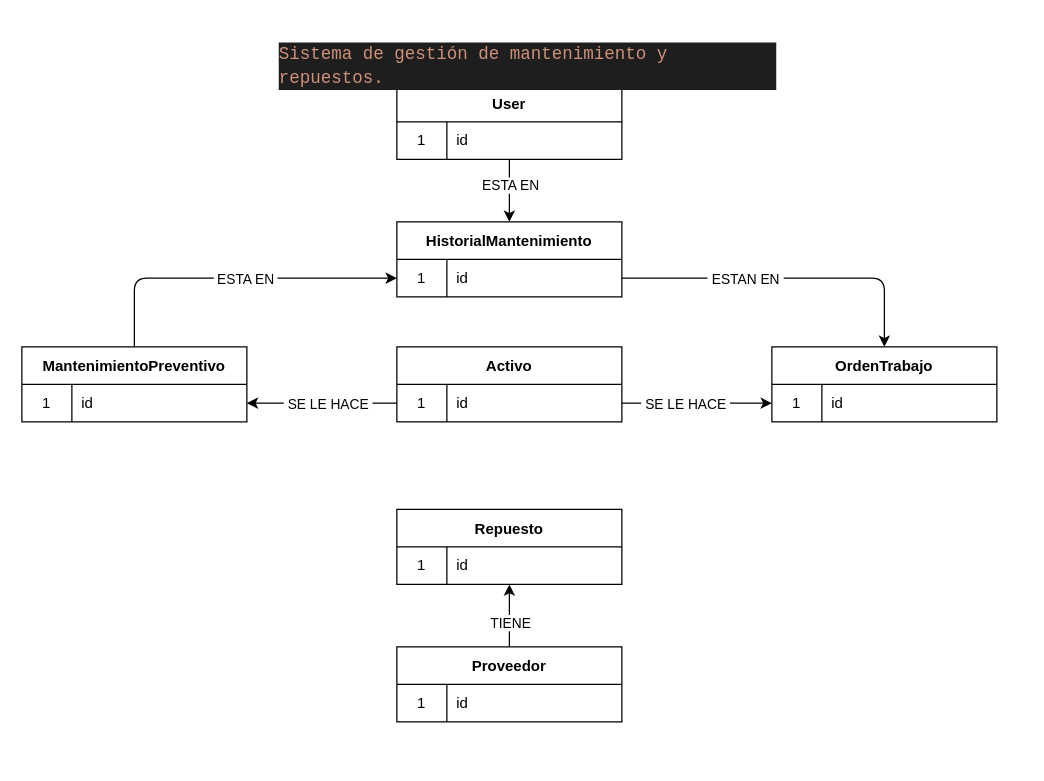
The draw.io diagram DER.drawio in nestormarlier/sistema_mantenimiento_repuestos, before the edit. Source tidied: cells renumbered, new cells numbered last; positions are measured from the earlier drawing's top-left corner, leaving out a move shared by most shapes. Both pictures are drawn from the tidied source at 125%, with x=0, y=0 at pixel (21, 34).
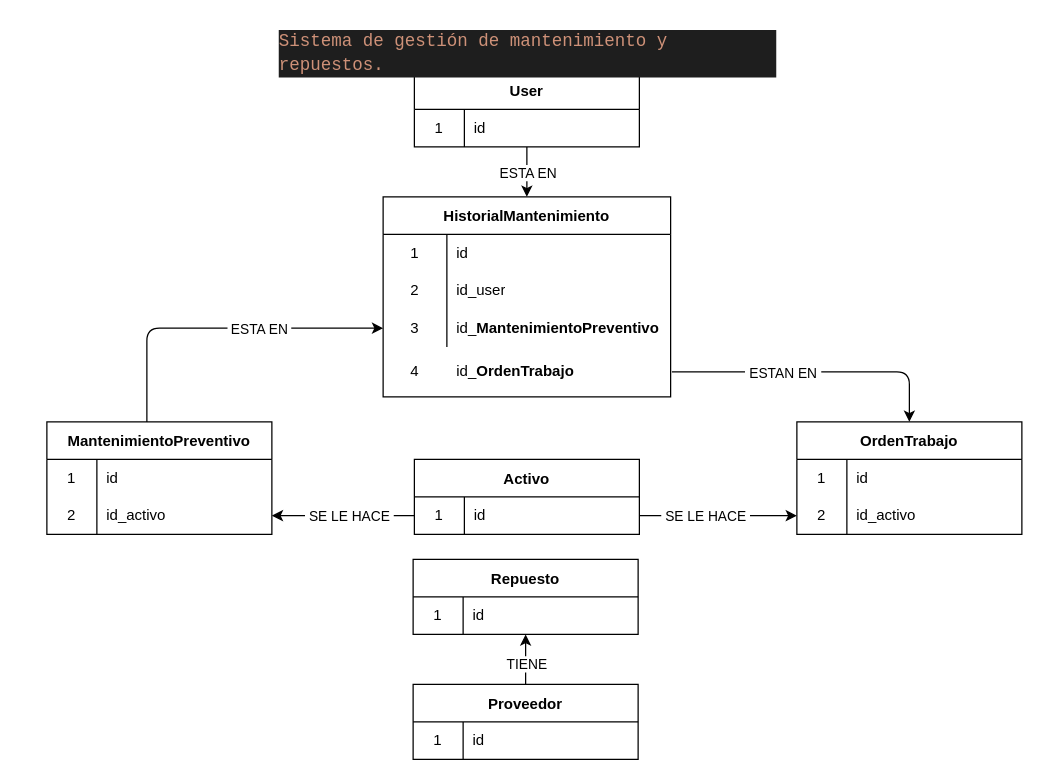
The same diagram, later.

Commit message (it also covers changes not shown here):
DER actualizado

Unchanged cells that the change refers to:
```xml
<mxCell id="2" style="edgeStyle=none;html=1;entryX=0.5;entryY=0;entryDx=0;entryDy=0;" parent="1" edge="1" source="4" target="31">
  <mxGeometry relative="1" as="geometry" />
</mxCell>
<mxCell id="10" style="shape=tableRow;horizontal=0;startSize=0;swimlaneHead=0;swimlaneBody=0;top=0;left=0;bottom=0;right=0;fillColor=none;points=[[0,0.5],[1,0.5]];portConstraint=eastwest;" parent="9" vertex="1">
  <mxGeometry y="30" width="180" height="30" as="geometry" />
</mxCell>
```

The edit, as a diff of the source:
```diff
@@
     <mxCell id="3" value="ESTA EN" style="edgeLabel;html=1;align=center;verticalAlign=middle;" parent="2" vertex="1">
       <mxGeometry x="0.44" y="1" relative="1" as="geometry">
-        <mxPoint x="-1" y="-16" as="offset" />
+        <mxPoint x="-1" y="-9" as="offset" />
       </mxGeometry>
     </mxCell>
     <mxCell id="4" value="User" style="shape=table;startSize=30;childLayout=tableLayout;rowLines=0;fontStyle=1;" parent="1" vertex="1">
-      <mxGeometry x="300" y="40" width="180" height="60" as="geometry" />
+      <mxGeometry x="314" y="30" width="180" height="60" as="geometry" />
     </mxCell>
@@
     <mxCell id="8" value="&lt;div style=&quot;color: rgb(212, 212, 212); background-color: rgb(30, 30, 30); font-family: Consolas, &amp;quot;Courier New&amp;quot;, monospace; font-weight: normal; font-size: 14px; line-height: 19px;&quot;&gt;&lt;div&gt;&lt;span style=&quot;color: #ce9178;&quot;&gt;Sistema de gestión de mantenimiento y repuestos.&lt;/span&gt;&lt;/div&gt;&lt;/div&gt;" style="text;whiteSpace=wrap;html=1;" parent="1" vertex="1">
-      <mxGeometry x="204" width="400" height="40" as="geometry" />
+      <mxGeometry x="204" y="-10" width="400" height="40" as="geometry" />
     </mxCell>
     <mxCell id="9" value="Activo" style="shape=table;startSize=30;childLayout=tableLayout;rowLines=0;fontStyle=1;" parent="1" vertex="1">
-      <mxGeometry x="300" y="250" width="180" height="60" as="geometry" />
+      <mxGeometry x="314" y="340" width="180" height="60" as="geometry" />
     </mxCell>
@@
     <mxCell id="13" style="edgeStyle=none;html=1;" parent="1" edge="1" source="15">
       <mxGeometry relative="1" as="geometry">
-        <mxPoint x="390" y="440" as="targetPoint" />
+        <mxPoint x="403" y="480" as="targetPoint" />
       </mxGeometry>
     </mxCell>
@@
     <mxCell id="15" value="Proveedor" style="shape=table;startSize=30;childLayout=tableLayout;rowLines=0;fontStyle=1;" parent="1" vertex="1">
-      <mxGeometry x="300" y="490" width="180" height="60" as="geometry" />
+      <mxGeometry x="313" y="520" width="180" height="60" as="geometry" />
     </mxCell>
@@
-    <mxCell id="19" value="OrdenTrabajo" style="shape=table;startSize=30;childLayout=tableLayout;rowLines=0;fontStyle=1;" parent="1" vertex="1">
-      <mxGeometry x="600" y="250" width="180" height="60" as="geometry" />
-    </mxCell>
-    <mxCell id="20" style="shape=tableRow;horizontal=0;startSize=0;swimlaneHead=0;swimlaneBody=0;top=0;left=0;bottom=0;right=0;fillColor=none;points=[[0,0.5],[1,0.5]];portConstraint=eastwest;" parent="19" vertex="1">
-      <mxGeometry y="30" width="180" height="30" as="geometry" />
-    </mxCell>
-    <mxCell id="21" value="1" style="shape=partialRectangle;html=1;whiteSpace=wrap;fillColor=none;top=0;left=0;bottom=0;right=0;overflow=hidden;" parent="20" vertex="1">
-      <mxGeometry width="40" height="30" as="geometry" />
-    </mxCell>
-    <mxCell id="22" value="id" style="shape=partialRectangle;html=1;whiteSpace=wrap;fillColor=none;top=0;left=0;bottom=0;right=0;align=left;spacingLeft=6;overflow=hidden;" parent="20" vertex="1">
-      <mxGeometry x="40" width="140" height="30" as="geometry" />
-    </mxCell>
-    <mxCell id="23" style="edgeStyle=none;html=1;entryX=0;entryY=0.5;entryDx=0;entryDy=0;" parent="1" edge="1" source="25" target="32">
+    <mxCell id="23" style="edgeStyle=none;html=1;entryX=0;entryY=0.5;entryDx=0;entryDy=0;" parent="1" edge="1" target="49">
       <mxGeometry relative="1" as="geometry">
+        <mxPoint x="100" y="310" as="sourcePoint" />
         <Array as="points">
-          <mxPoint x="90" y="195" />
+          <mxPoint x="100" y="235" />
         </Array>
       </mxGeometry>
     </mxCell>
     <mxCell id="24" value="&amp;nbsp;ESTA EN&amp;nbsp;" style="edgeLabel;html=1;align=center;verticalAlign=middle;" parent="23" vertex="1">
       <mxGeometry x="-0.21" y="-1" relative="1" as="geometry">
-        <mxPoint x="38" y="-1" as="offset" />
+        <mxPoint x="60" y="-1" as="offset" />
       </mxGeometry>
     </mxCell>
-    <mxCell id="25" value="MantenimientoPreventivo" style="shape=table;startSize=30;childLayout=tableLayout;rowLines=0;fontStyle=1;" parent="1" vertex="1">
-      <mxGeometry y="250" width="180" height="60" as="geometry" />
-    </mxCell>
-    <mxCell id="26" style="shape=tableRow;horizontal=0;startSize=0;swimlaneHead=0;swimlaneBody=0;top=0;left=0;bottom=0;right=0;fillColor=none;points=[[0,0.5],[1,0.5]];portConstraint=eastwest;" parent="25" vertex="1">
-      <mxGeometry y="30" width="180" height="30" as="geometry" />
-    </mxCell>
-    <mxCell id="27" value="1" style="shape=partialRectangle;html=1;whiteSpace=wrap;fillColor=none;top=0;left=0;bottom=0;right=0;overflow=hidden;" parent="26" vertex="1">
-      <mxGeometry width="40" height="30" as="geometry" />
-    </mxCell>
-    <mxCell id="28" value="id" style="shape=partialRectangle;html=1;whiteSpace=wrap;fillColor=none;top=0;left=0;bottom=0;right=0;align=left;spacingLeft=6;overflow=hidden;" parent="26" vertex="1">
-      <mxGeometry x="40" width="140" height="30" as="geometry" />
-    </mxCell>
-    <mxCell id="29" style="edgeStyle=none;html=1;exitX=1;exitY=0.5;exitDx=0;exitDy=0;entryX=0.5;entryY=0;entryDx=0;entryDy=0;" parent="1" edge="1" source="32" target="19">
+    <mxCell id="29" style="edgeStyle=none;html=1;entryX=0.5;entryY=0;entryDx=0;entryDy=0;" parent="1" edge="1" target="19">
       <mxGeometry relative="1" as="geometry">
+        <mxPoint x="520" y="270" as="sourcePoint" />
         <Array as="points">
-          <mxPoint x="690" y="195" />
+          <mxPoint x="710" y="270" />
         </Array>
       </mxGeometry>
     </mxCell>
@@
-    <mxCell id="31" value="HistorialMantenimiento" style="shape=table;startSize=30;childLayout=tableLayout;rowLines=0;fontStyle=1;" parent="1" vertex="1">
-      <mxGeometry x="300" y="150" width="180" height="60" as="geometry" />
-    </mxCell>
-    <mxCell id="32" style="shape=tableRow;horizontal=0;startSize=0;swimlaneHead=0;swimlaneBody=0;top=0;left=0;bottom=0;right=0;fillColor=none;points=[[0,0.5],[1,0.5]];portConstraint=eastwest;" parent="31" vertex="1">
-      <mxGeometry y="30" width="180" height="30" as="geometry" />
-    </mxCell>
-    <mxCell id="33" value="1" style="shape=partialRectangle;html=1;whiteSpace=wrap;fillColor=none;top=0;left=0;bottom=0;right=0;overflow=hidden;" parent="32" vertex="1">
-      <mxGeometry width="40" height="30" as="geometry" />
-    </mxCell>
-    <mxCell id="34" value="id" style="shape=partialRectangle;html=1;whiteSpace=wrap;fillColor=none;top=0;left=0;bottom=0;right=0;align=left;spacingLeft=6;overflow=hidden;" parent="32" vertex="1">
-      <mxGeometry x="40" width="140" height="30" as="geometry" />
-    </mxCell>
     <mxCell id="35" value="Repuesto" style="shape=table;startSize=30;childLayout=tableLayout;rowLines=0;fontStyle=1;" parent="1" vertex="1">
-      <mxGeometry x="300" y="380" width="180" height="60" as="geometry" />
+      <mxGeometry x="313" y="420" width="180" height="60" as="geometry" />
     </mxCell>
@@
-    <mxCell id="39" style="edgeStyle=none;html=1;entryX=1;entryY=0.5;entryDx=0;entryDy=0;" parent="1" edge="1" source="10" target="26">
+    <mxCell id="39" style="edgeStyle=none;html=1;entryX=1;entryY=0.5;entryDx=0;entryDy=0;" parent="1" edge="1" source="10" target="57">
       <mxGeometry relative="1" as="geometry" />
     </mxCell>
@@
-    <mxCell id="41" style="edgeStyle=none;html=1;entryX=0;entryY=0.5;entryDx=0;entryDy=0;" parent="1" edge="1" source="10" target="20">
+    <mxCell id="41" style="edgeStyle=none;html=1;entryX=0;entryY=0.5;entryDx=0;entryDy=0;" parent="1" edge="1" source="10" target="63">
       <mxGeometry relative="1" as="geometry" />
     </mxCell>
@@
+    <mxCell id="31" value="HistorialMantenimiento" style="shape=table;startSize=30;childLayout=tableLayout;rowLines=0;fontStyle=1;" parent="1" vertex="1">
+      <mxGeometry x="289" y="130" width="230" height="160" as="geometry" />
+    </mxCell>
+    <mxCell id="43" style="shape=tableRow;horizontal=0;startSize=0;swimlaneHead=0;swimlaneBody=0;top=0;left=0;bottom=0;right=0;fillColor=none;" parent="31" vertex="1">
+      <mxGeometry y="30" width="230" height="30" as="geometry" />
+    </mxCell>
+    <mxCell id="44" value="1" style="shape=partialRectangle;html=1;whiteSpace=wrap;fillColor=none;top=0;left=0;bottom=0;right=0;overflow=hidden;" parent="43" vertex="1">
+      <mxGeometry width="51" height="30" as="geometry" />
+    </mxCell>
+    <mxCell id="45" value="id" style="shape=partialRectangle;html=1;whiteSpace=wrap;fillColor=none;top=0;left=0;bottom=0;right=0;align=left;spacingLeft=6;overflow=hidden;" parent="43" vertex="1">
+      <mxGeometry x="51" width="179" height="30" as="geometry" />
+    </mxCell>
+    <mxCell id="46" style="shape=tableRow;horizontal=0;startSize=0;swimlaneHead=0;swimlaneBody=0;top=0;left=0;bottom=0;right=0;fillColor=none;" parent="31" vertex="1">
+      <mxGeometry y="60" width="230" height="30" as="geometry" />
+    </mxCell>
+    <mxCell id="47" value="2" style="shape=partialRectangle;html=1;whiteSpace=wrap;fillColor=none;top=0;left=0;bottom=0;right=0;overflow=hidden;" parent="46" vertex="1">
+      <mxGeometry width="51" height="30" as="geometry" />
+    </mxCell>
+    <mxCell id="48" value="id_user" style="shape=partialRectangle;html=1;whiteSpace=wrap;fillColor=none;top=0;left=0;bottom=0;right=0;align=left;spacingLeft=6;overflow=hidden;" parent="46" vertex="1">
+      <mxGeometry x="51" width="179" height="30" as="geometry" />
+    </mxCell>
+    <mxCell id="49" style="shape=tableRow;horizontal=0;startSize=0;swimlaneHead=0;swimlaneBody=0;top=0;left=0;bottom=0;right=0;fillColor=none;points=[[0,0.5],[1,0.5]];portConstraint=eastwest;" parent="31" vertex="1">
+      <mxGeometry y="90" width="230" height="30" as="geometry" />
+    </mxCell>
+    <mxCell id="50" value="3" style="shape=partialRectangle;html=1;whiteSpace=wrap;fillColor=none;top=0;left=0;bottom=0;right=0;overflow=hidden;" parent="49" vertex="1">
+      <mxGeometry width="51" height="30" as="geometry" />
+    </mxCell>
+    <mxCell id="51" value="id_&lt;span style=&quot;font-weight: 700; text-align: center;&quot;&gt;MantenimientoPreventivo&lt;/span&gt;" style="shape=partialRectangle;html=1;whiteSpace=wrap;fillColor=none;top=0;left=0;bottom=0;right=0;align=left;spacingLeft=6;overflow=hidden;" parent="49" vertex="1">
+      <mxGeometry x="51" width="179" height="30" as="geometry" />
+    </mxCell>
+    <mxCell id="52" value="4" style="text;html=1;align=center;verticalAlign=middle;strokeColor=none;fillColor=none;" parent="1" vertex="1">
+      <mxGeometry x="299" y="255" width="30" height="30" as="geometry" />
+    </mxCell>
+    <mxCell id="53" value="&lt;span style=&quot;text-align: center;&quot;&gt;id_&lt;/span&gt;&lt;span style=&quot;text-align: center; font-weight: 700;&quot;&gt;OrdenTrabajo&lt;/span&gt;" style="shape=partialRectangle;html=1;whiteSpace=wrap;fillColor=none;top=0;left=0;bottom=0;right=0;align=left;spacingLeft=6;overflow=hidden;" parent="1" vertex="1">
+      <mxGeometry x="340" y="255" width="179" height="30" as="geometry" />
+    </mxCell>
+    <mxCell id="25" value="MantenimientoPreventivo" style="shape=table;startSize=30;childLayout=tableLayout;rowLines=0;fontStyle=1;fillColor=none;" parent="1" vertex="1">
+      <mxGeometry x="20" y="310" width="180" height="90" as="geometry" />
+    </mxCell>
+    <mxCell id="54" style="shape=tableRow;horizontal=0;startSize=0;swimlaneHead=0;swimlaneBody=0;top=0;left=0;bottom=0;right=0;fillColor=none;" parent="25" vertex="1">
+      <mxGeometry y="30" width="180" height="30" as="geometry" />
+    </mxCell>
+    <mxCell id="55" value="1" style="shape=partialRectangle;html=1;whiteSpace=wrap;fillColor=none;top=0;left=0;bottom=0;right=0;overflow=hidden;" parent="54" vertex="1">
+      <mxGeometry width="40" height="30" as="geometry" />
+    </mxCell>
+    <mxCell id="56" value="id" style="shape=partialRectangle;html=1;whiteSpace=wrap;fillColor=none;top=0;left=0;bottom=0;right=0;align=left;spacingLeft=6;overflow=hidden;" parent="54" vertex="1">
+      <mxGeometry x="40" width="140" height="30" as="geometry" />
+    </mxCell>
+    <mxCell id="57" style="shape=tableRow;horizontal=0;startSize=0;swimlaneHead=0;swimlaneBody=0;top=0;left=0;bottom=0;right=0;fillColor=none;points=[[0,0.5],[1,0.5]];portConstraint=eastwest;" parent="25" vertex="1">
+      <mxGeometry y="60" width="180" height="30" as="geometry" />
+    </mxCell>
+    <mxCell id="58" value="2" style="shape=partialRectangle;html=1;whiteSpace=wrap;fillColor=none;top=0;left=0;bottom=0;right=0;overflow=hidden;" parent="57" vertex="1">
+      <mxGeometry width="40" height="30" as="geometry" />
+    </mxCell>
+    <mxCell id="59" value="id_activo" style="shape=partialRectangle;html=1;whiteSpace=wrap;fillColor=none;top=0;left=0;bottom=0;right=0;align=left;spacingLeft=6;overflow=hidden;" parent="57" vertex="1">
+      <mxGeometry x="40" width="140" height="30" as="geometry" />
+    </mxCell>
+    <mxCell id="19" value="OrdenTrabajo" style="shape=table;startSize=30;childLayout=tableLayout;rowLines=0;fontStyle=1;fillColor=none;" parent="1" vertex="1">
+      <mxGeometry x="620" y="310" width="180" height="90" as="geometry" />
+    </mxCell>
+    <mxCell id="60" style="shape=tableRow;horizontal=0;startSize=0;swimlaneHead=0;swimlaneBody=0;top=0;left=0;bottom=0;right=0;fillColor=none;" parent="19" vertex="1">
+      <mxGeometry y="30" width="180" height="30" as="geometry" />
+    </mxCell>
+    <mxCell id="61" value="1" style="shape=partialRectangle;html=1;whiteSpace=wrap;fillColor=none;top=0;left=0;bottom=0;right=0;overflow=hidden;" parent="60" vertex="1">
+      <mxGeometry width="40" height="30" as="geometry" />
+    </mxCell>
+    <mxCell id="62" value="id" style="shape=partialRectangle;html=1;whiteSpace=wrap;fillColor=none;top=0;left=0;bottom=0;right=0;align=left;spacingLeft=6;overflow=hidden;" parent="60" vertex="1">
+      <mxGeometry x="40" width="140" height="30" as="geometry" />
+    </mxCell>
+    <mxCell id="63" style="shape=tableRow;horizontal=0;startSize=0;swimlaneHead=0;swimlaneBody=0;top=0;left=0;bottom=0;right=0;fillColor=none;points=[[0,0.5],[1,0.5]];portConstraint=eastwest;" parent="19" vertex="1">
+      <mxGeometry y="60" width="180" height="30" as="geometry" />
+    </mxCell>
+    <mxCell id="64" value="2" style="shape=partialRectangle;html=1;whiteSpace=wrap;fillColor=none;top=0;left=0;bottom=0;right=0;overflow=hidden;" parent="63" vertex="1">
+      <mxGeometry width="40" height="30" as="geometry" />
+    </mxCell>
+    <mxCell id="65" value="id_activo" style="shape=partialRectangle;html=1;whiteSpace=wrap;fillColor=none;top=0;left=0;bottom=0;right=0;align=left;spacingLeft=6;overflow=hidden;" parent="63" vertex="1">
+      <mxGeometry x="40" width="140" height="30" as="geometry" />
+    </mxCell>
```
